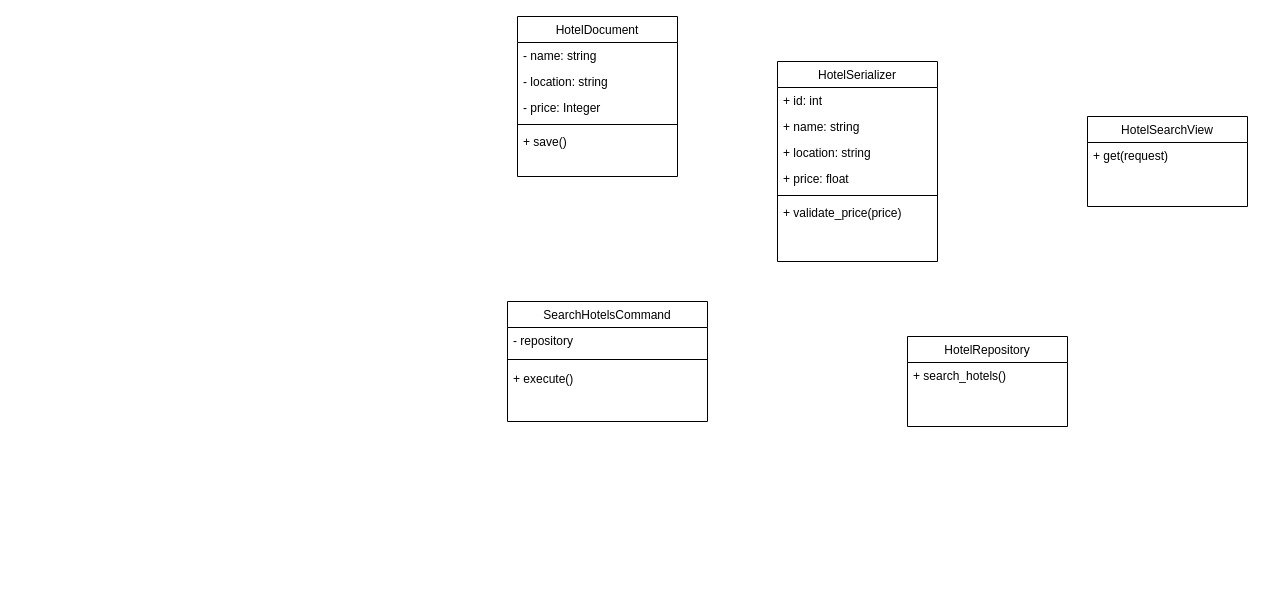
Travel-Booking-Framework/hotel-filter-service keeps this draw.io diagram as class_diagram/framework of booking-Search Service.drawio.xml. Above is the earlier version. Source tidied: cells renumbered, new cells numbered last; positions are measured from the earlier drawing's top-left corner, leaving out a move shared by most shapes. Both pictures are drawn from the tidied source at 100%, with x=0, y=0 at pixel (507, 16).
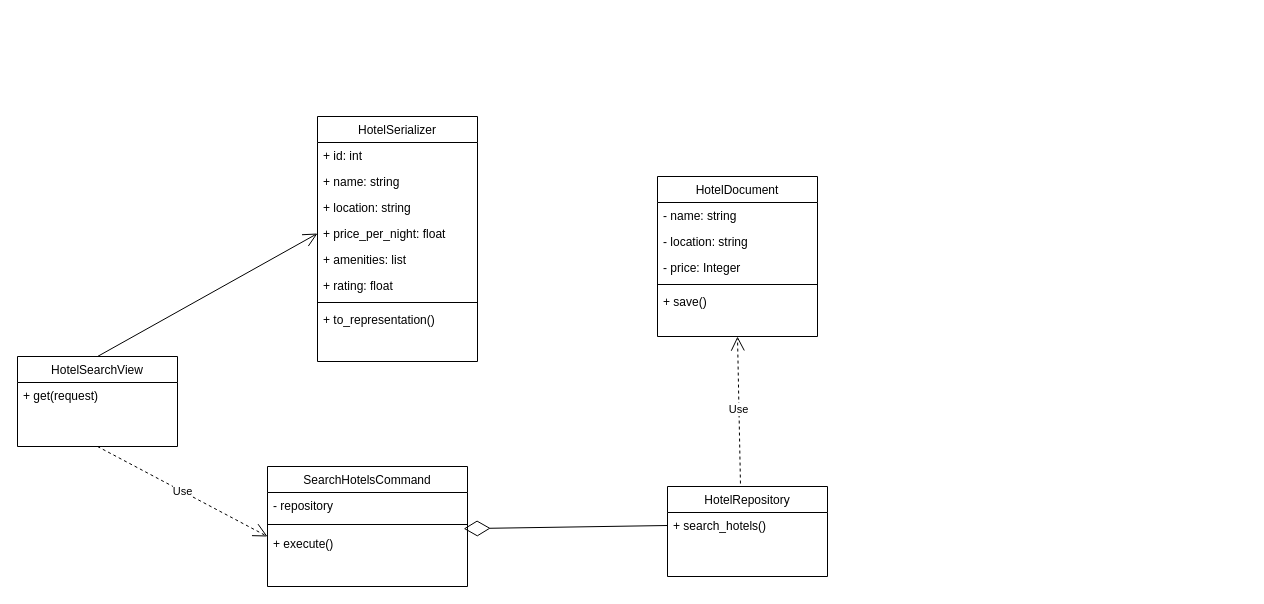
Above is the later version.

Commit message (it also covers changes not shown here):
git Add class diagram

Unchanged cells that the change refers to:
```xml
<mxCell id="20" value="+ execute()" style="text;align=left;verticalAlign=top;spacingLeft=4;spacingRight=4;overflow=hidden;points=[[0,0.5],[1,0.5]];portConstraint=eastwest;fontStyle=0;" parent="17" vertex="1">
  <mxGeometry y="64" width="200" height="26" as="geometry" />
</mxCell>
<mxCell id="22" value="+ search_hotels()" style="text;align=left;verticalAlign=top;spacingLeft=4;spacingRight=4;overflow=hidden;points=[[0,0.5],[1,0.5]];portConstraint=eastwest;fontStyle=0;" parent="21" vertex="1">
  <mxGeometry y="26" width="160" height="26" as="geometry" />
</mxCell>
```

Change to the diagram source:
```diff
@@
     <mxCell id="2" value="HotelDocument" style="swimlane;fontStyle=0;align=center;verticalAlign=top;horizontal=1;startSize=26;rounded=0;shadow=0;strokeWidth=1;" parent="1" vertex="1">
-      <mxGeometry x="10" width="160" height="160" as="geometry" />
+      <mxGeometry x="150" y="160" width="160" height="160" as="geometry" />
     </mxCell>
@@
     <mxCell id="8" value="HotelSerializer" style="swimlane;fontStyle=0;align=center;verticalAlign=top;horizontal=1;startSize=26;rounded=0;shadow=0;strokeWidth=1;" parent="1" vertex="1">
-      <mxGeometry x="270" y="45" width="160" height="200" as="geometry" />
+      <mxGeometry x="-190" y="100" width="160" height="245" as="geometry" />
     </mxCell>
@@
-    <mxCell id="12" value="+ price: float" style="text;align=left;verticalAlign=top;spacingLeft=4;spacingRight=4;overflow=hidden;points=[[0,0.5],[1,0.5]];portConstraint=eastwest;fontStyle=0;" parent="8" vertex="1">
+    <mxCell id="12" value="+ price_per_night: float" style="text;align=left;verticalAlign=top;spacingLeft=4;spacingRight=4;overflow=hidden;points=[[0,0.5],[1,0.5]];portConstraint=eastwest;fontStyle=0;" parent="8" vertex="1">
       <mxGeometry y="104" width="160" height="26" as="geometry" />
     </mxCell>
-    <mxCell id="13" style="line;strokeWidth=1;fillColor=none;align=left;verticalAlign=middle;spacingTop=-1;spacingLeft=3;spacingRight=3;labelPosition=right;strokeColor=inherit;" parent="8" vertex="1">
-      <mxGeometry y="130" width="160" height="8" as="geometry" />
-    </mxCell>
+    <mxCell id="23" value="+ amenities: list" style="text;align=left;verticalAlign=top;spacingLeft=4;spacingRight=4;overflow=hidden;fontStyle=0;" parent="8" vertex="1">
+      <mxGeometry y="130" width="160" height="26" as="geometry" />
+    </mxCell>
+    <mxCell id="24" value="+ rating: float" style="text;align=left;verticalAlign=top;spacingLeft=4;spacingRight=4;overflow=hidden;fontStyle=0;" parent="8" vertex="1">
+      <mxGeometry y="156" width="160" height="26" as="geometry" />
+    </mxCell>
+    <mxCell id="25" style="line;strokeWidth=1;fillColor=none;align=left;verticalAlign=middle;spacingTop=-1;spacingLeft=3;spacingRight=3;labelPosition=right;strokeColor=inherit;" parent="8" vertex="1">
+      <mxGeometry y="182" width="160" height="8" as="geometry" />
+    </mxCell>
-    <mxCell id="14" value="+ validate_price(price)" style="text;align=left;verticalAlign=top;spacingLeft=4;spacingRight=4;overflow=hidden;fontStyle=0;" parent="8" vertex="1">
-      <mxGeometry y="138" width="160" height="26" as="geometry" />
+    <mxCell id="14" value="+ to_representation()" style="text;align=left;verticalAlign=top;spacingLeft=4;spacingRight=4;overflow=hidden;fontStyle=0;" parent="8" vertex="1">
+      <mxGeometry y="190" width="160" height="26" as="geometry" />
     </mxCell>
     <mxCell id="15" value="HotelSearchView" style="swimlane;fontStyle=0;align=center;verticalAlign=top;horizontal=1;startSize=26;rounded=0;shadow=0;strokeWidth=1;" parent="1" vertex="1">
-      <mxGeometry x="580" y="100" width="160" height="90" as="geometry" />
+      <mxGeometry x="-490" y="340" width="160" height="90" as="geometry" />
     </mxCell>
@@
     <mxCell id="17" value="SearchHotelsCommand" style="swimlane;fontStyle=0;align=center;verticalAlign=top;horizontal=1;startSize=26;rounded=0;shadow=0;strokeWidth=1;" parent="1" vertex="1">
-      <mxGeometry y="285" width="200" height="120" as="geometry" />
+      <mxGeometry x="-240" y="450" width="200" height="120" as="geometry" />
     </mxCell>
@@
     <mxCell id="21" value="HotelRepository " style="swimlane;fontStyle=0;align=center;verticalAlign=top;horizontal=1;startSize=26;rounded=0;shadow=0;strokeWidth=1;" parent="1" vertex="1">
-      <mxGeometry x="400" y="320" width="160" height="90" as="geometry" />
+      <mxGeometry x="160" y="470" width="160" height="90" as="geometry" />
     </mxCell>
@@
+    <mxCell id="26" style="endArrow=diamondThin;endFill=0;endSize=24;html=1;rounded=0;entryX=0.981;entryY=-0.07;entryDx=0;entryDy=0;exitX=0;exitY=0.5;exitDx=0;exitDy=0;entryPerimeter=0;" parent="1" edge="1" source="22" target="20">
+      <mxGeometry relative="1" as="geometry" />
+    </mxCell>
+    <mxCell id="27" value="Use" style="endArrow=open;endSize=12;dashed=1;html=1;rounded=0;entryX=0.5;entryY=1;entryDx=0;entryDy=0;exitX=0.456;exitY=-0.033;exitDx=0;exitDy=0;exitPerimeter=0;" parent="1" edge="1" source="21" target="2">
+      <mxGeometry relative="1" as="geometry" />
+    </mxCell>
+    <mxCell id="28" style="endArrow=open;endFill=1;endSize=12;html=1;rounded=0;exitX=0.5;exitY=0;exitDx=0;exitDy=0;entryX=0;entryY=0.5;entryDx=0;entryDy=0;" parent="1" edge="1" source="15" target="12">
+      <mxGeometry relative="1" as="geometry" />
+    </mxCell>
+    <mxCell id="29" value="Use" style="endArrow=open;endSize=12;dashed=1;html=1;rounded=0;exitX=0.5;exitY=1;exitDx=0;exitDy=0;" parent="1" edge="1" source="15">
+      <mxGeometry relative="1" as="geometry">
+        <mxPoint x="-240" y="520" as="targetPoint" />
+      </mxGeometry>
+    </mxCell>
```
